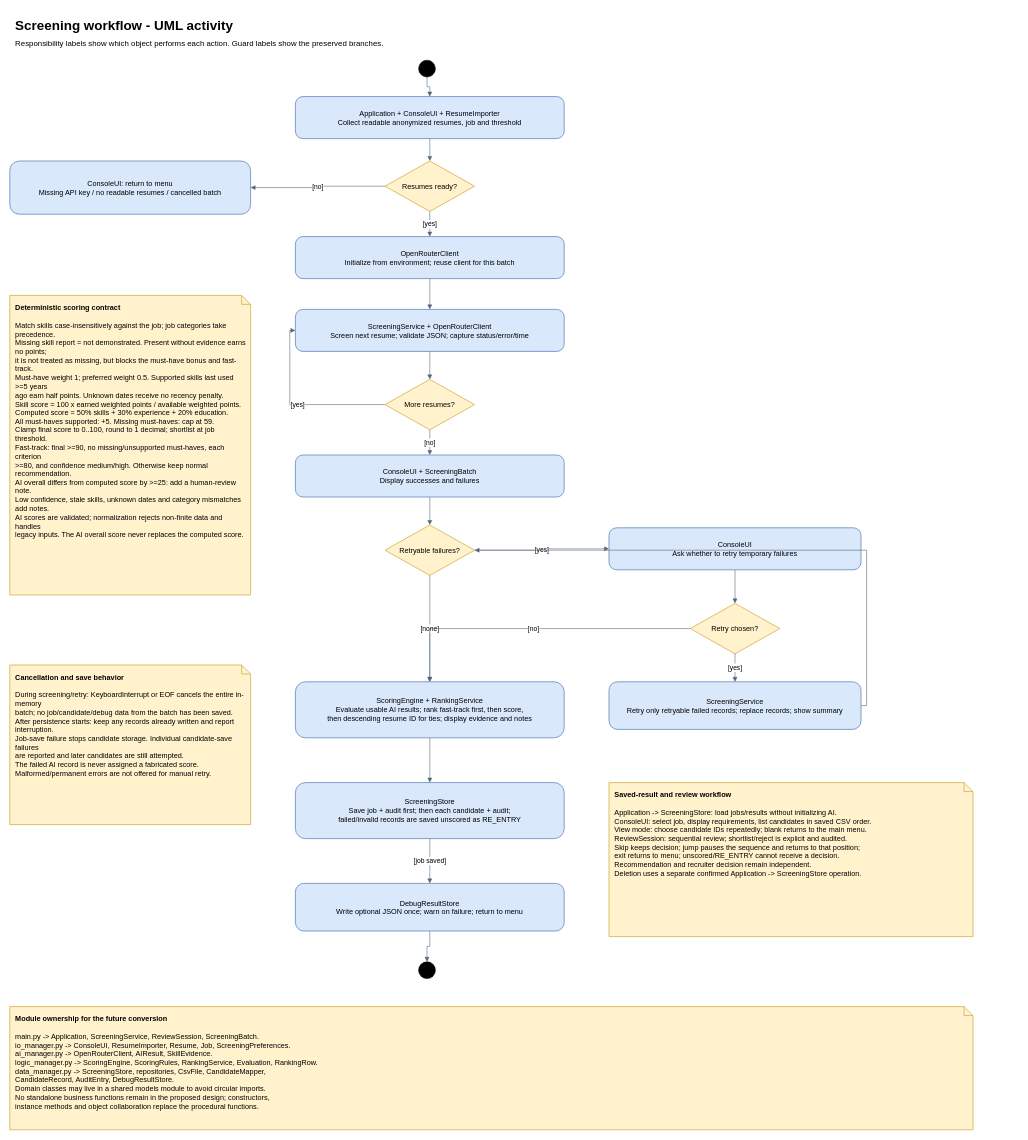
Before: page "4 - Screening activity and scoring rules" (4 of 5) of docs/resume_screening_oop.drawio in GovindarajKaushik/Group1-ResumeScreener, a draw.io diagram. Source tidied: cells renumbered, new cells numbered last; positions are measured from the earlier drawing's top-left corner, leaving out a move shared by most shapes. Both pictures are drawn from the tidied source at 56%, with x=0, y=0 at pixel (10, 10).
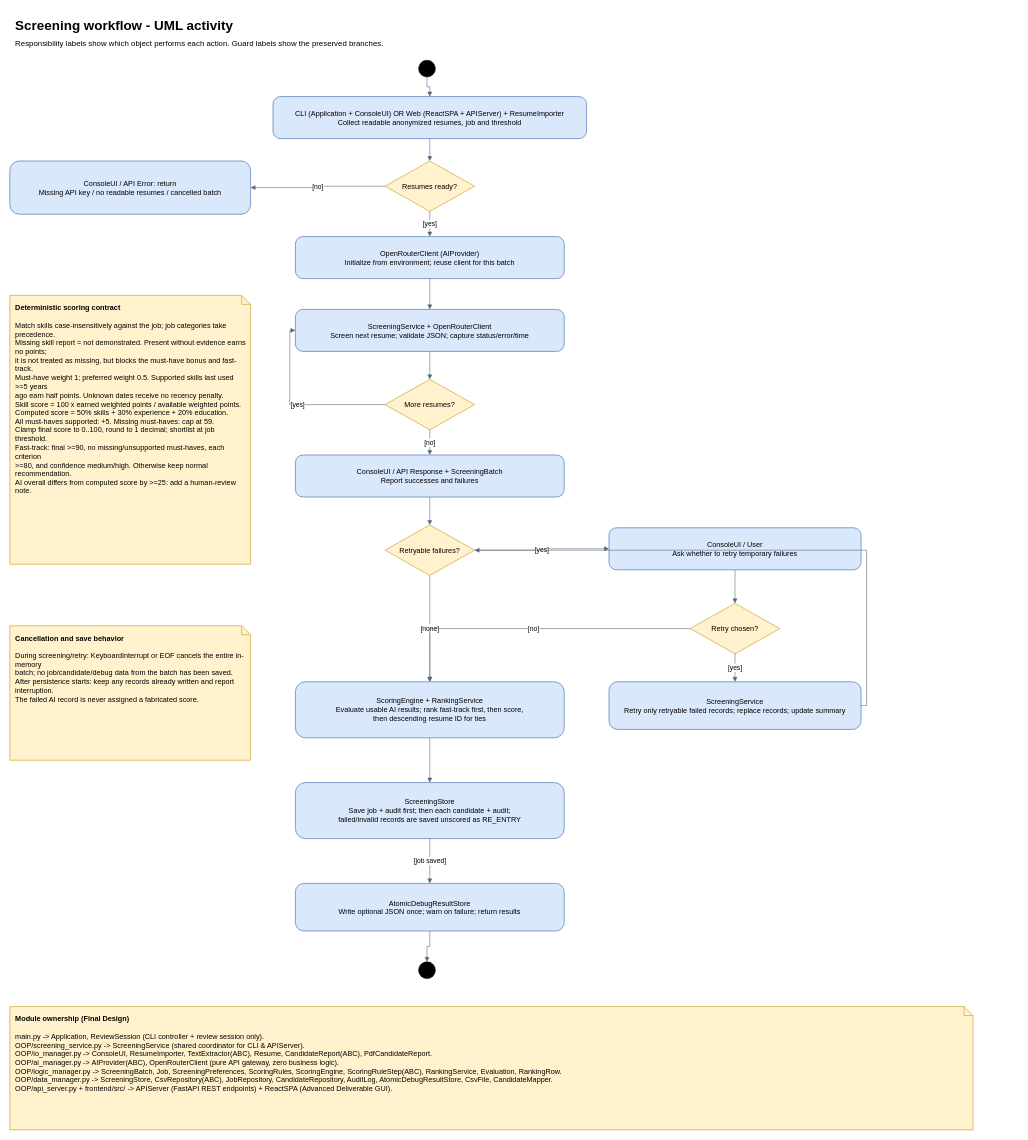
The same page after the edit.

What changed in the source:
```diff
@@
-    <mxCell id="4" value="Application + ConsoleUI + ResumeImporter&lt;br&gt;Collect readable anonymized resumes, job and threshold" style="html=1;whiteSpace=wrap;rounded=0;align=left;verticalAlign=top;fontFamily=Helvetica;fontSize=13;spacing=10;strokeWidth=1.5;rounded=1;arcSize=18;align=center;verticalAlign=middle;fillColor=#dae8fc;strokeColor=#6c8ebf;" parent="1" vertex="1">
-      <mxGeometry x="510" y="155" width="480" height="75" as="geometry" />
+    <mxCell id="4" value="CLI (Application + ConsoleUI) OR Web (ReactSPA + APIServer) + ResumeImporter&lt;br&gt;Collect readable anonymized resumes, job and threshold" style="html=1;whiteSpace=wrap;rounded=0;align=left;verticalAlign=top;fontFamily=Helvetica;fontSize=13;spacing=10;strokeWidth=1.5;rounded=1;arcSize=18;align=center;verticalAlign=middle;fillColor=#dae8fc;strokeColor=#6c8ebf;" parent="1" vertex="1">
+      <mxGeometry x="470" y="155" width="560" height="75" as="geometry" />
     </mxCell>
@@
-    <mxCell id="6" value="ConsoleUI: return to menu&lt;br&gt;Missing API key / no readable resumes / cancelled batch" style="html=1;whiteSpace=wrap;rounded=0;align=left;verticalAlign=top;fontFamily=Helvetica;fontSize=13;spacing=10;strokeWidth=1.5;rounded=1;arcSize=18;align=center;verticalAlign=middle;fillColor=#dae8fc;strokeColor=#6c8ebf;" parent="1" vertex="1">
+    <mxCell id="6" value="ConsoleUI / API Error: return&lt;br&gt;Missing API key / no readable resumes / cancelled batch" style="html=1;whiteSpace=wrap;rounded=0;align=left;verticalAlign=top;fontFamily=Helvetica;fontSize=13;spacing=10;strokeWidth=1.5;rounded=1;arcSize=18;align=center;verticalAlign=middle;fillColor=#dae8fc;strokeColor=#6c8ebf;" parent="1" vertex="1">
       <mxGeometry y="270" width="430" height="95" as="geometry" />
     </mxCell>
-    <mxCell id="7" value="OpenRouterClient&lt;br&gt;Initialize from environment; reuse client for this batch" style="html=1;whiteSpace=wrap;rounded=0;align=left;verticalAlign=top;fontFamily=Helvetica;fontSize=13;spacing=10;strokeWidth=1.5;rounded=1;arcSize=18;align=center;verticalAlign=middle;fillColor=#dae8fc;strokeColor=#6c8ebf;" parent="1" vertex="1">
+    <mxCell id="7" value="OpenRouterClient (AIProvider)&lt;br&gt;Initialize from environment; reuse client for this batch" style="html=1;whiteSpace=wrap;rounded=0;align=left;verticalAlign=top;fontFamily=Helvetica;fontSize=13;spacing=10;strokeWidth=1.5;rounded=1;arcSize=18;align=center;verticalAlign=middle;fillColor=#dae8fc;strokeColor=#6c8ebf;" parent="1" vertex="1">
       <mxGeometry x="510" y="405" width="480" height="75" as="geometry" />
     </mxCell>
@@
-    <mxCell id="10" value="ConsoleUI + ScreeningBatch&lt;br&gt;Display successes and failures" style="html=1;whiteSpace=wrap;rounded=0;align=left;verticalAlign=top;fontFamily=Helvetica;fontSize=13;spacing=10;strokeWidth=1.5;rounded=1;arcSize=18;align=center;verticalAlign=middle;fillColor=#dae8fc;strokeColor=#6c8ebf;" parent="1" vertex="1">
+    <mxCell id="10" value="ConsoleUI / API Response + ScreeningBatch&lt;br&gt;Report successes and failures" style="html=1;whiteSpace=wrap;rounded=0;align=left;verticalAlign=top;fontFamily=Helvetica;fontSize=13;spacing=10;strokeWidth=1.5;rounded=1;arcSize=18;align=center;verticalAlign=middle;fillColor=#dae8fc;strokeColor=#6c8ebf;" parent="1" vertex="1">
       <mxGeometry x="510" y="795" width="480" height="75" as="geometry" />
     </mxCell>
@@
-    <mxCell id="12" value="ConsoleUI&lt;br&gt;Ask whether to retry temporary failures" style="html=1;whiteSpace=wrap;rounded=0;align=left;verticalAlign=top;fontFamily=Helvetica;fontSize=13;spacing=10;strokeWidth=1.5;rounded=1;arcSize=18;align=center;verticalAlign=middle;fillColor=#dae8fc;strokeColor=#6c8ebf;" parent="1" vertex="1">
+    <mxCell id="12" value="ConsoleUI / User&lt;br&gt;Ask whether to retry temporary failures" style="html=1;whiteSpace=wrap;rounded=0;align=left;verticalAlign=top;fontFamily=Helvetica;fontSize=13;spacing=10;strokeWidth=1.5;rounded=1;arcSize=18;align=center;verticalAlign=middle;fillColor=#dae8fc;strokeColor=#6c8ebf;" parent="1" vertex="1">
       <mxGeometry x="1070" y="925" width="450" height="75" as="geometry" />
     </mxCell>
@@
-    <mxCell id="14" value="ScreeningService&lt;br&gt;Retry only retryable failed records; replace records; show summary" style="html=1;whiteSpace=wrap;rounded=0;align=left;verticalAlign=top;fontFamily=Helvetica;fontSize=13;spacing=10;strokeWidth=1.5;rounded=1;arcSize=18;align=center;verticalAlign=middle;fillColor=#dae8fc;strokeColor=#6c8ebf;" parent="1" vertex="1">
+    <mxCell id="14" value="ScreeningService&lt;br&gt;Retry only retryable failed records; replace records; update summary" style="html=1;whiteSpace=wrap;rounded=0;align=left;verticalAlign=top;fontFamily=Helvetica;fontSize=13;spacing=10;strokeWidth=1.5;rounded=1;arcSize=18;align=center;verticalAlign=middle;fillColor=#dae8fc;strokeColor=#6c8ebf;" parent="1" vertex="1">
       <mxGeometry x="1070" y="1200" width="450" height="85" as="geometry" />
     </mxCell>
-    <mxCell id="15" value="ScoringEngine + RankingService&lt;br&gt;Evaluate usable AI results; rank fast-track first, then score,&lt;br&gt;then descending resume ID for ties; display evidence and notes" style="html=1;whiteSpace=wrap;rounded=0;align=left;verticalAlign=top;fontFamily=Helvetica;fontSize=13;spacing=10;strokeWidth=1.5;rounded=1;arcSize=18;align=center;verticalAlign=middle;fillColor=#dae8fc;strokeColor=#6c8ebf;" parent="1" vertex="1">
+    <mxCell id="15" value="ScoringEngine + RankingService&lt;br&gt;Evaluate usable AI results; rank fast-track first, then score,&lt;br&gt;then descending resume ID for ties" style="html=1;whiteSpace=wrap;rounded=0;align=left;verticalAlign=top;fontFamily=Helvetica;fontSize=13;spacing=10;strokeWidth=1.5;rounded=1;arcSize=18;align=center;verticalAlign=middle;fillColor=#dae8fc;strokeColor=#6c8ebf;" parent="1" vertex="1">
       <mxGeometry x="510" y="1200" width="480" height="100" as="geometry" />
     </mxCell>
@@
-    <mxCell id="17" value="DebugResultStore&lt;br&gt;Write optional JSON once; warn on failure; return to menu" style="html=1;whiteSpace=wrap;rounded=0;align=left;verticalAlign=top;fontFamily=Helvetica;fontSize=13;spacing=10;strokeWidth=1.5;rounded=1;arcSize=18;align=center;verticalAlign=middle;fillColor=#dae8fc;strokeColor=#6c8ebf;" parent="1" vertex="1">
+    <mxCell id="17" value="AtomicDebugResultStore&lt;br&gt;Write optional JSON once; warn on failure; return results" style="html=1;whiteSpace=wrap;rounded=0;align=left;verticalAlign=top;fontFamily=Helvetica;fontSize=13;spacing=10;strokeWidth=1.5;rounded=1;arcSize=18;align=center;verticalAlign=middle;fillColor=#dae8fc;strokeColor=#6c8ebf;" parent="1" vertex="1">
       <mxGeometry x="510" y="1560" width="480" height="85" as="geometry" />
     </mxCell>
@@
-    <mxCell id="37" value="&lt;b&gt;Deterministic scoring contract&lt;/b&gt;&lt;br&gt;&lt;br&gt;Match skills case-insensitively against the job; job categories take precedence.&lt;br&gt;Missing skill report = not demonstrated. Present without evidence earns no points;&lt;br&gt;it is not treated as missing, but blocks the must-have bonus and fast-track.&lt;br&gt;Must-have weight 1; preferred weight 0.5. Supported skills last used &amp;gt;=5 years&lt;br&gt;ago earn half points. Unknown dates receive no recency penalty.&lt;br&gt;Skill score = 100 x earned weighted points / available weighted points.&lt;br&gt;Computed score = 50% skills + 30% experience + 20% education.&lt;br&gt;All must-haves supported: +5. Missing must-haves: cap at 59.&lt;br&gt;Clamp final score to 0..100, round to 1 decimal; shortlist at job threshold.&lt;br&gt;Fast-track: final &amp;gt;=90, no missing/unsupported must-haves, each criterion&lt;br&gt;&amp;gt;=80, and confidence medium/high. Otherwise keep normal recommendation.&lt;br&gt;AI overall differs from computed score by &amp;gt;=25: add a human-review note.&lt;br&gt;Low confidence, stale skills, unknown dates and category mismatches add notes.&lt;br&gt;AI scores are validated; normalization rejects non-finite data and handles&lt;br&gt;legacy inputs. The AI overall score never replaces the computed score." style="html=1;whiteSpace=wrap;rounded=0;align=left;verticalAlign=top;fontFamily=Helvetica;fontSize=13;spacing=10;strokeWidth=1.5;shape=note;size=16;fillColor=#fff2cc;strokeColor=#d6b656;" parent="1" vertex="1">
-      <mxGeometry y="510" width="430" height="535" as="geometry" />
+    <mxCell id="37" value="&lt;b&gt;Deterministic scoring contract&lt;/b&gt;&lt;br&gt;&lt;br&gt;Match skills case-insensitively against the job; job categories take precedence.&lt;br&gt;Missing skill report = not demonstrated. Present without evidence earns no points;&lt;br&gt;it is not treated as missing, but blocks the must-have bonus and fast-track.&lt;br&gt;Must-have weight 1; preferred weight 0.5. Supported skills last used &amp;gt;=5 years&lt;br&gt;ago earn half points. Unknown dates receive no recency penalty.&lt;br&gt;Skill score = 100 x earned weighted points / available weighted points.&lt;br&gt;Computed score = 50% skills + 30% experience + 20% education.&lt;br&gt;All must-haves supported: +5. Missing must-haves: cap at 59.&lt;br&gt;Clamp final score to 0..100, round to 1 decimal; shortlist at job threshold.&lt;br&gt;Fast-track: final &amp;gt;=90, no missing/unsupported must-haves, each criterion&lt;br&gt;&amp;gt;=80, and confidence medium/high. Otherwise keep normal recommendation.&lt;br&gt;AI overall differs from computed score by &amp;gt;=25: add a human-review note." style="html=1;whiteSpace=wrap;rounded=0;align=left;verticalAlign=top;fontFamily=Helvetica;fontSize=13;spacing=10;strokeWidth=1.5;shape=note;size=16;fillColor=#fff2cc;strokeColor=#d6b656;" parent="1" vertex="1">
+      <mxGeometry y="510" width="430" height="480" as="geometry" />
     </mxCell>
-    <mxCell id="38" value="&lt;b&gt;Cancellation and save behavior&lt;/b&gt;&lt;br&gt;&lt;br&gt;During screening/retry: KeyboardInterrupt or EOF cancels the entire in-memory&lt;br&gt;batch; no job/candidate/debug data from the batch has been saved.&lt;br&gt;After persistence starts: keep any records already written and report interruption.&lt;br&gt;Job-save failure stops candidate storage. Individual candidate-save failures&lt;br&gt;are reported and later candidates are still attempted.&lt;br&gt;The failed AI record is never assigned a fabricated score.&lt;br&gt;Malformed/permanent errors are not offered for manual retry." style="html=1;whiteSpace=wrap;rounded=0;align=left;verticalAlign=top;fontFamily=Helvetica;fontSize=13;spacing=10;strokeWidth=1.5;shape=note;size=16;fillColor=#fff2cc;strokeColor=#d6b656;" parent="1" vertex="1">
-      <mxGeometry y="1170" width="430" height="285" as="geometry" />
+    <mxCell id="38" value="&lt;b&gt;Cancellation and save behavior&lt;/b&gt;&lt;br&gt;&lt;br&gt;During screening/retry: KeyboardInterrupt or EOF cancels the entire in-memory&lt;br&gt;batch; no job/candidate/debug data from the batch has been saved.&lt;br&gt;After persistence starts: keep any records already written and report interruption.&lt;br&gt;The failed AI record is never assigned a fabricated score." style="html=1;whiteSpace=wrap;rounded=0;align=left;verticalAlign=top;fontFamily=Helvetica;fontSize=13;spacing=10;strokeWidth=1.5;shape=note;size=16;fillColor=#fff2cc;strokeColor=#d6b656;" parent="1" vertex="1">
+      <mxGeometry y="1100" width="430" height="240" as="geometry" />
     </mxCell>
-    <mxCell id="39" value="&lt;b&gt;Saved-result and review workflow&lt;/b&gt;&lt;br&gt;&lt;br&gt;Application -&amp;gt; ScreeningStore: load jobs/results without initializing AI.&lt;br&gt;ConsoleUI: select job, display requirements, list candidates in saved CSV order.&lt;br&gt;View mode: choose candidate IDs repeatedly; blank returns to the main menu.&lt;br&gt;ReviewSession: sequential review; shortlist/reject is explicit and audited.&lt;br&gt;Skip keeps decision; jump pauses the sequence and returns to that position;&lt;br&gt;exit returns to menu; unscored/RE_ENTRY cannot receive a decision.&lt;br&gt;Recommendation and recruiter decision remain independent.&lt;br&gt;Deletion uses a separate confirmed Application -&amp;gt; ScreeningStore operation." style="html=1;whiteSpace=wrap;rounded=0;align=left;verticalAlign=top;fontFamily=Helvetica;fontSize=13;spacing=10;strokeWidth=1.5;shape=note;size=16;fillColor=#fff2cc;strokeColor=#d6b656;" parent="1" vertex="1">
-      <mxGeometry x="1070" y="1380" width="650" height="275" as="geometry" />
-    </mxCell>
-    <mxCell id="40" value="&lt;b&gt;Module ownership for the future conversion&lt;/b&gt;&lt;br&gt;&lt;br&gt;main.py -&amp;gt; Application, ScreeningService, ReviewSession, ScreeningBatch.&lt;br&gt;io_manager.py -&amp;gt; ConsoleUI, ResumeImporter, Resume, Job, ScreeningPreferences.&lt;br&gt;ai_manager.py -&amp;gt; OpenRouterClient, AIResult, SkillEvidence.&lt;br&gt;logic_manager.py -&amp;gt; ScoringEngine, ScoringRules, RankingService, Evaluation, RankingRow.&lt;br&gt;data_manager.py -&amp;gt; ScreeningStore, repositories, CsvFile, CandidateMapper,&lt;br&gt;CandidateRecord, AuditEntry, DebugResultStore.&lt;br&gt;Domain classes may live in a shared models module to avoid circular imports.&lt;br&gt;No standalone business functions remain in the proposed design; constructors,&lt;br&gt;instance methods and object collaboration replace the procedural functions." style="html=1;whiteSpace=wrap;rounded=0;align=left;verticalAlign=top;fontFamily=Helvetica;fontSize=13;spacing=10;strokeWidth=1.5;shape=note;size=16;fillColor=#fff2cc;strokeColor=#d6b656;" parent="1" vertex="1">
+    <mxCell id="40" value="&lt;b&gt;Module ownership (Final Design)&lt;/b&gt;&lt;br&gt;&lt;br&gt;main.py -&amp;gt; Application, ReviewSession (CLI controller + review session only).&lt;br&gt;OOP/screening_service.py -&amp;gt; ScreeningService (shared coordinator for CLI &amp; APIServer).&lt;br&gt;OOP/io_manager.py -&amp;gt; ConsoleUI, ResumeImporter, TextExtractor(ABC), Resume, CandidateReport(ABC), PdfCandidateReport.&lt;br&gt;OOP/ai_manager.py -&amp;gt; AIProvider(ABC), OpenRouterClient (pure API gateway, zero business logic).&lt;br&gt;OOP/logic_manager.py -&amp;gt; ScreeningBatch, Job, ScreeningPreferences, ScoringRules, ScoringEngine, ScoringRuleStep(ABC), RankingService, Evaluation, RankingRow.&lt;br&gt;OOP/data_manager.py -&amp;gt; ScreeningStore, CsvRepository(ABC), JobRepository, CandidateRepository, AuditLog, AtomicDebugResultStore, CsvFile, CandidateMapper.&lt;br&gt;OOP/api_server.py + frontend/src/ -&amp;gt; APIServer (FastAPI REST endpoints) + ReactSPA (Advanced Deliverable GUI)." style="html=1;whiteSpace=wrap;rounded=0;align=left;verticalAlign=top;fontFamily=Helvetica;fontSize=13;spacing=10;strokeWidth=1.5;shape=note;size=16;fillColor=#fff2cc;strokeColor=#d6b656;" parent="1" vertex="1">
       <mxGeometry y="1780" width="1720" height="220" as="geometry" />
     </mxCell>
```
